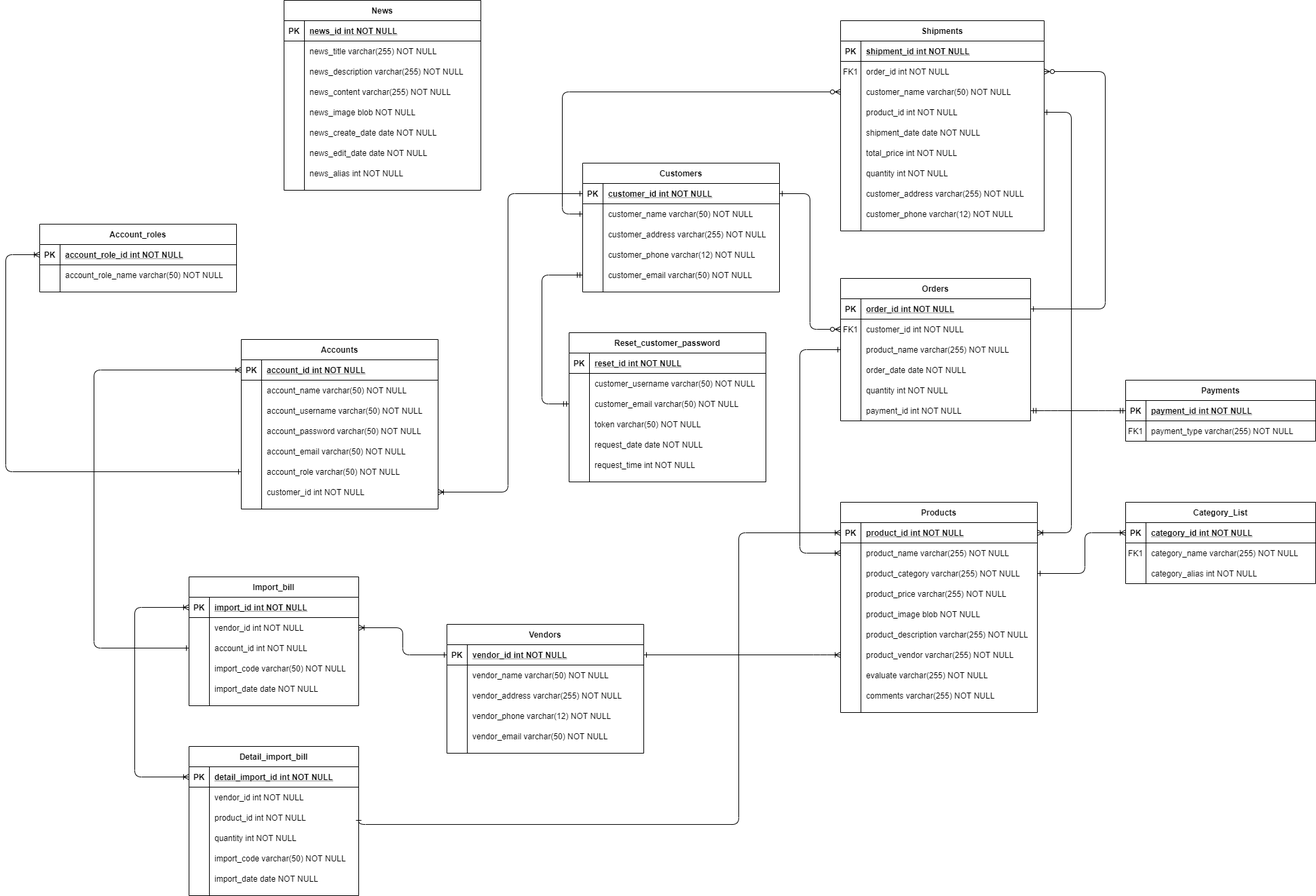
Above: database_diagram.PNG in machchitai/machchitai (draw.io), before the change. Source tidied: cells renumbered, new cells last; positions are measured from the earlier drawing's top-left corner, leaving out a move shared by most shapes.
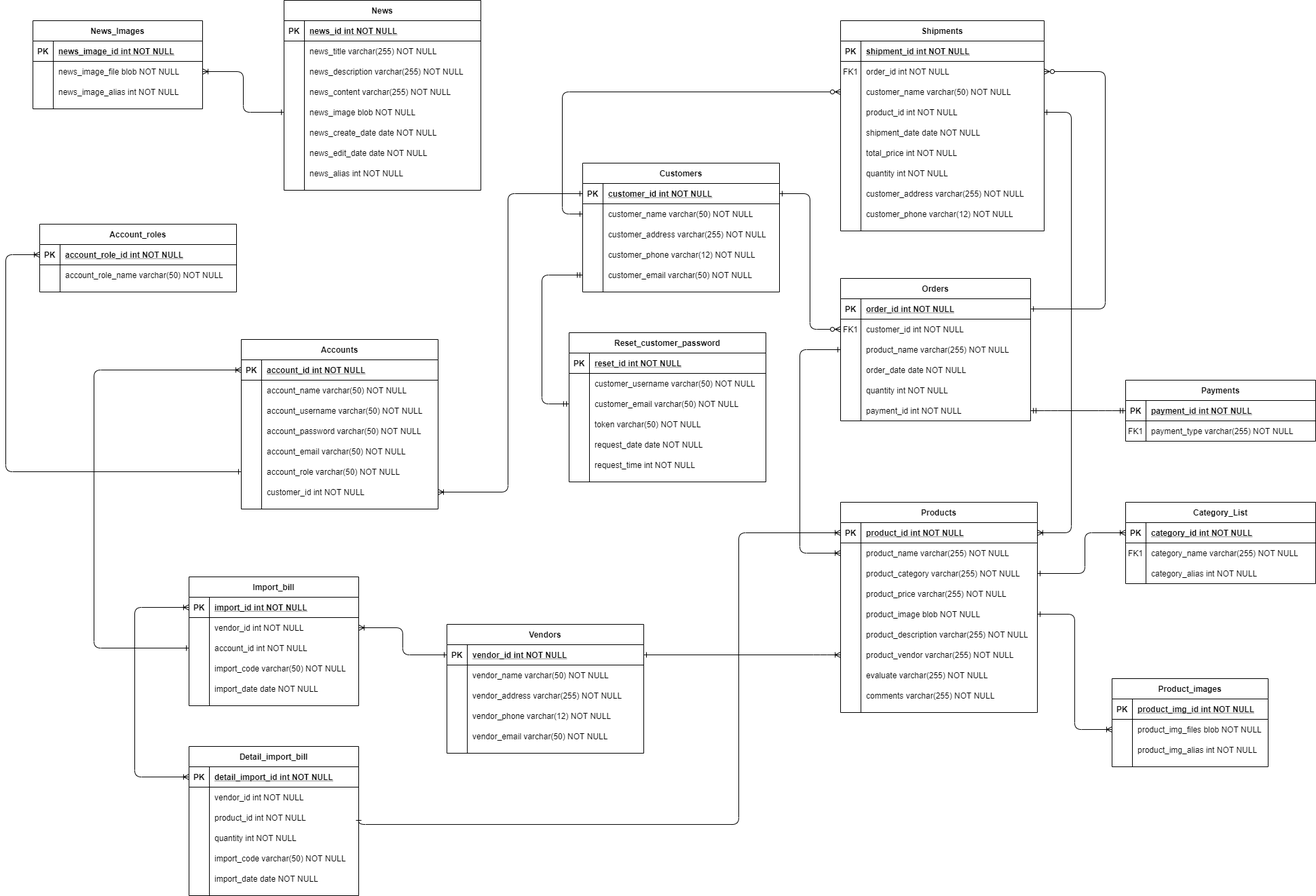
The same diagram one commit later.

The edit, as a diff of the source:
```diff
@@ -802,5 +802,71 @@
         </Array>
       </mxGeometry>
     </mxCell>
+    <mxCell id="250" value="News_Images" style="shape=table;startSize=30;rowLines=0;fontStyle=1;align=center;labelBackgroundColor=none;strokeColor=#000000;fillColor=none;gradientColor=none;" parent="1" vertex="1">
+      <mxGeometry x="40" y="30" width="250" height="130" as="geometry" />
+    </mxCell>
+    <mxCell id="251" style="shape=partialRectangle;fillColor=none;top=0;left=0;bottom=1;right=0;" parent="250" vertex="1">
+      <mxGeometry y="30" width="250" height="30" as="geometry" />
+    </mxCell>
+    <mxCell id="252" value="PK" style="shape=partialRectangle;fillColor=none;top=0;left=0;bottom=0;right=0;fontStyle=1;overflow=hidden;" parent="251" vertex="1">
+      <mxGeometry width="30" height="30" as="geometry" />
+    </mxCell>
+    <mxCell id="253" value="news_image_id int NOT NULL" style="shape=partialRectangle;fillColor=none;top=0;left=0;bottom=0;right=0;align=left;spacingLeft=6;fontStyle=5;overflow=hidden;" parent="251" vertex="1">
+      <mxGeometry x="30" width="220" height="30" as="geometry" />
+    </mxCell>
+    <mxCell id="254" style="shape=partialRectangle;fillColor=none;top=0;left=0;bottom=0;right=0;points=[[0,0.5],[1,0.5]];portConstraint=eastwest;" parent="250" vertex="1">
+      <mxGeometry y="60" width="250" height="30" as="geometry" />
+    </mxCell>
+    <mxCell id="255" style="shape=partialRectangle;fillColor=none;top=0;left=0;bottom=0;right=0;overflow=hidden;" parent="254" vertex="1">
+      <mxGeometry width="30" height="30" as="geometry" />
+    </mxCell>
+    <mxCell id="256" value="news_image_file blob NOT NULL" style="shape=partialRectangle;fillColor=none;top=0;left=0;bottom=0;right=0;align=left;spacingLeft=6;overflow=hidden;" parent="254" vertex="1">
+      <mxGeometry x="30" width="220" height="30" as="geometry" />
+    </mxCell>
+    <mxCell id="257" style="shape=partialRectangle;fillColor=none;top=0;left=0;bottom=0;right=0;" parent="250" vertex="1">
+      <mxGeometry y="90" width="250" height="30" as="geometry" />
+    </mxCell>
+    <mxCell id="258" style="shape=partialRectangle;fillColor=none;top=0;left=0;bottom=0;right=0;overflow=hidden;" parent="257" vertex="1">
+      <mxGeometry width="30" height="30" as="geometry" />
+    </mxCell>
+    <mxCell id="259" value="news_image_alias int NOT NULL" style="shape=partialRectangle;fillColor=none;top=0;left=0;bottom=0;right=0;align=left;spacingLeft=6;overflow=hidden;" parent="257" vertex="1">
+      <mxGeometry x="30" width="220" height="30" as="geometry" />
+    </mxCell>
+    <mxCell id="260" style="edgeStyle=orthogonalEdgeStyle;rounded=1;jettySize=auto;html=1;exitX=1;exitY=0.5;exitDx=0;exitDy=0;entryX=0;entryY=0.5;entryDx=0;entryDy=0;startArrow=ERoneToMany;startFill=0;endArrow=ERone;endFill=0;strokeColor=#000000;" parent="1" edge="1" source="254" target="123">
+      <mxGeometry relative="1" as="geometry" />
+    </mxCell>
+    <mxCell id="261" value="Product_images" style="shape=table;startSize=30;rowLines=0;fontStyle=1;align=center;labelBackgroundColor=none;strokeColor=#000000;fillColor=none;gradientColor=none;" parent="1" vertex="1">
+      <mxGeometry x="1630" y="1000" width="230" height="130" as="geometry" />
+    </mxCell>
+    <mxCell id="262" style="shape=partialRectangle;fillColor=none;top=0;left=0;bottom=1;right=0;" parent="261" vertex="1">
+      <mxGeometry y="30" width="230" height="30" as="geometry" />
+    </mxCell>
+    <mxCell id="263" value="PK" style="shape=partialRectangle;fillColor=none;top=0;left=0;bottom=0;right=0;fontStyle=1;overflow=hidden;" parent="262" vertex="1">
+      <mxGeometry width="30" height="30" as="geometry" />
+    </mxCell>
+    <mxCell id="264" value="product_img_id int NOT NULL" style="shape=partialRectangle;fillColor=none;top=0;left=0;bottom=0;right=0;align=left;spacingLeft=6;fontStyle=5;overflow=hidden;" parent="262" vertex="1">
+      <mxGeometry x="30" width="200" height="30" as="geometry" />
+    </mxCell>
+    <mxCell id="265" style="shape=partialRectangle;fillColor=none;top=0;left=0;bottom=0;right=0;points=[[0,0.5],[1,0.5]];portConstraint=eastwest;" parent="261" vertex="1">
+      <mxGeometry y="60" width="230" height="30" as="geometry" />
+    </mxCell>
+    <mxCell id="266" style="shape=partialRectangle;fillColor=none;top=0;left=0;bottom=0;right=0;overflow=hidden;" parent="265" vertex="1">
+      <mxGeometry width="30" height="30" as="geometry" />
+    </mxCell>
+    <mxCell id="267" value="product_img_files blob NOT NULL" style="shape=partialRectangle;fillColor=none;top=0;left=0;bottom=0;right=0;align=left;spacingLeft=6;overflow=hidden;" parent="265" vertex="1">
+      <mxGeometry x="30" width="200" height="30" as="geometry" />
+    </mxCell>
+    <mxCell id="268" style="shape=partialRectangle;fillColor=none;top=0;left=0;bottom=0;right=0;" parent="261" vertex="1">
+      <mxGeometry y="90" width="230" height="30" as="geometry" />
+    </mxCell>
+    <mxCell id="269" style="shape=partialRectangle;fillColor=none;top=0;left=0;bottom=0;right=0;overflow=hidden;" parent="268" vertex="1">
+      <mxGeometry width="30" height="30" as="geometry" />
+    </mxCell>
+    <mxCell id="270" value="product_img_alias int NOT NULL" style="shape=partialRectangle;fillColor=none;top=0;left=0;bottom=0;right=0;align=left;spacingLeft=6;overflow=hidden;" parent="268" vertex="1">
+      <mxGeometry x="30" width="200" height="30" as="geometry" />
+    </mxCell>
+    <mxCell id="271" style="edgeStyle=orthogonalEdgeStyle;rounded=1;jettySize=auto;html=1;exitX=1;exitY=0.5;exitDx=0;exitDy=0;entryX=0;entryY=0.5;entryDx=0;entryDy=0;startArrow=ERone;startFill=0;endArrow=ERoneToMany;endFill=0;strokeColor=#000000;" parent="1" edge="1" source="81" target="265">
+      <mxGeometry relative="1" as="geometry" />
+    </mxCell>
   </root>
 </mxGraphModel>
```
